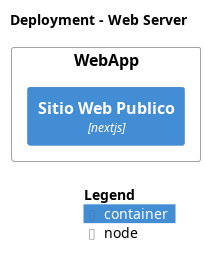
Before: build/site/master/png/Deployment-001.png, a diagram exported from PlantUML (nbrx/c4-dcc-arq). Its diagram source:
```plantuml
@startuml
set separator none
title Deployment - Web Server

left to right direction

!include <C4/C4>
!include <C4/C4_Context>
!include <C4/C4_Container>
!include <C4/C4_Deployment>

Deployment_Node(WebServer.WebApp, "WebApp", $tags="") {
  Container(WebServer.WebApp.SitioWebPublico_1, "Sitio Web Publico", "nextjs", "", $tags="")
}


SHOW_LEGEND(true)
@enduml
```
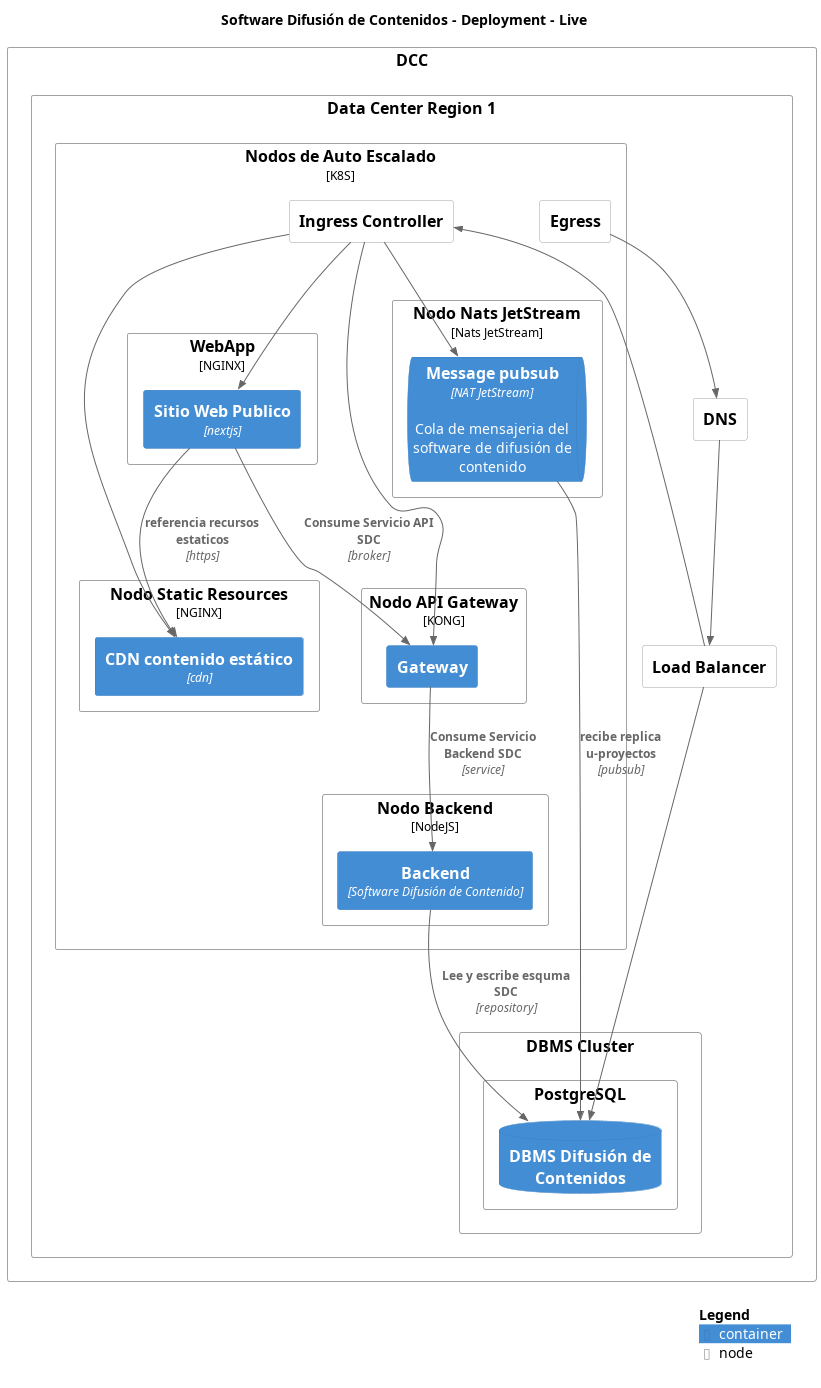
Later version of the same file.

Diff of the diagram source:
```diff
@@ -1,18 +1,67 @@
 @startuml
 set separator none
-title Deployment - Web Server
+title Software Difusión de Contenidos - Deployment - Live
 
-left to right direction
+top to bottom direction
 
 !include <C4/C4>
 !include <C4/C4_Context>
 !include <C4/C4_Container>
 !include <C4/C4_Deployment>
 
-Deployment_Node(WebServer.WebApp, "WebApp", $tags="") {
-  Container(WebServer.WebApp.SitioWebPublico_1, "Sitio Web Publico", "nextjs", "", $tags="")
+Deployment_Node(Live.DCC, "DCC", $tags="") {
+  Deployment_Node(Live.DCC.DataCenterRegion1, "Data Center Region 1", $tags="") {
+    Deployment_Node(Live.DCC.DataCenterRegion1.DNS, "DNS", $descr="", $tags="")
+    Deployment_Node(Live.DCC.DataCenterRegion1.LoadBalancer, "Load Balancer", $descr="", $tags="")
+    Deployment_Node(Live.DCC.DataCenterRegion1.NodosdeAutoEscalado, "Nodos de Auto Escalado", "K8S", $tags="") {
+      Deployment_Node(Live.DCC.DataCenterRegion1.NodosdeAutoEscalado.IngressController, "Ingress Controller", $descr="", $tags="")
+      Deployment_Node(Live.DCC.DataCenterRegion1.NodosdeAutoEscalado.Egress, "Egress", $descr="", $tags="")
+      Deployment_Node(Live.DCC.DataCenterRegion1.NodosdeAutoEscalado.WebApp, "WebApp", "NGINX", $tags="") {
+        Container(Live.DCC.DataCenterRegion1.NodosdeAutoEscalado.WebApp.SitioWebPublico_1, "Sitio Web Publico", "nextjs", "", $tags="")
+      }
+
+      Deployment_Node(Live.DCC.DataCenterRegion1.NodosdeAutoEscalado.NodoStaticResources, "Nodo Static Resources", "NGINX", $tags="") {
+        Container(Live.DCC.DataCenterRegion1.NodosdeAutoEscalado.NodoStaticResources.CDNcontenidoestático_1, "CDN contenido estático", "cdn", $tags="")
+      }
+
+      Deployment_Node(Live.DCC.DataCenterRegion1.NodosdeAutoEscalado.NodoBackend, "Nodo Backend", "NodeJS", $tags="") {
+        Container(Live.DCC.DataCenterRegion1.NodosdeAutoEscalado.NodoBackend.Backend_1, "Backend", "Software Difusión de Contenido", $tags="")
+      }
+
+      Deployment_Node(Live.DCC.DataCenterRegion1.NodosdeAutoEscalado.NodoAPIGateway, "Nodo API Gateway", "KONG", $tags="") {
+        Container(Live.DCC.DataCenterRegion1.NodosdeAutoEscalado.NodoAPIGateway.Gateway_1, "Gateway", "", $tags="")
+      }
+
+      Deployment_Node(Live.DCC.DataCenterRegion1.NodosdeAutoEscalado.NodoNatsJetStream, "Nodo Nats JetStream", "Nats JetStream", $tags="") {
+        ContainerQueue(Live.DCC.DataCenterRegion1.NodosdeAutoEscalado.NodoNatsJetStream.Messagepubsub_1, "Message pubsub", "NAT JetStream", "Cola de mensajeria del software de difusión de contenido", $tags="")
+      }
+
+    }
+
+    Deployment_Node(Live.DCC.DataCenterRegion1.DBMSCluster, "DBMS Cluster", $tags="") {
+      Deployment_Node(Live.DCC.DataCenterRegion1.DBMSCluster.PostgreSQL, "PostgreSQL", $tags="") {
+        ContainerDb(Live.DCC.DataCenterRegion1.DBMSCluster.PostgreSQL.DBMSDifusióndeContenidos_1, "DBMS Difusión de Contenidos", "", $tags="")
+      }
+
+    }
+
+  }
+
 }
 
+Rel_D(Live.DCC.DataCenterRegion1.NodosdeAutoEscalado.WebApp.SitioWebPublico_1, Live.DCC.DataCenterRegion1.NodosdeAutoEscalado.NodoStaticResources.CDNcontenidoestático_1, "referencia recursos estaticos", "https", $tags="")
+Rel_D(Live.DCC.DataCenterRegion1.NodosdeAutoEscalado.NodoAPIGateway.Gateway_1, Live.DCC.DataCenterRegion1.NodosdeAutoEscalado.NodoBackend.Backend_1, "Consume Servicio Backend SDC", "service", $tags="")
+Rel_D(Live.DCC.DataCenterRegion1.NodosdeAutoEscalado.WebApp.SitioWebPublico_1, Live.DCC.DataCenterRegion1.NodosdeAutoEscalado.NodoAPIGateway.Gateway_1, "Consume Servicio API SDC", "broker", $tags="")
+Rel_D(Live.DCC.DataCenterRegion1.NodosdeAutoEscalado.NodoBackend.Backend_1, Live.DCC.DataCenterRegion1.DBMSCluster.PostgreSQL.DBMSDifusióndeContenidos_1, "Lee y escribe esquma SDC", "repository", $tags="")
+Rel_D(Live.DCC.DataCenterRegion1.NodosdeAutoEscalado.NodoNatsJetStream.Messagepubsub_1, Live.DCC.DataCenterRegion1.DBMSCluster.PostgreSQL.DBMSDifusióndeContenidos_1, "recibe replica u-proyectos", "pubsub", $tags="")
+Rel_D(Live.DCC.DataCenterRegion1.DNS, Live.DCC.DataCenterRegion1.LoadBalancer, "", $tags="")
+Rel_D(Live.DCC.DataCenterRegion1.LoadBalancer, Live.DCC.DataCenterRegion1.NodosdeAutoEscalado.IngressController, "", $tags="")
+Rel_D(Live.DCC.DataCenterRegion1.NodosdeAutoEscalado.Egress, Live.DCC.DataCenterRegion1.DNS, "", $tags="")
+Rel_D(Live.DCC.DataCenterRegion1.LoadBalancer, Live.DCC.DataCenterRegion1.DBMSCluster.PostgreSQL.DBMSDifusióndeContenidos_1, "", $tags="")
+Rel_D(Live.DCC.DataCenterRegion1.NodosdeAutoEscalado.IngressController, Live.DCC.DataCenterRegion1.NodosdeAutoEscalado.WebApp.SitioWebPublico_1, "", $tags="")
+Rel_D(Live.DCC.DataCenterRegion1.NodosdeAutoEscalado.IngressController, Live.DCC.DataCenterRegion1.NodosdeAutoEscalado.NodoStaticResources.CDNcontenidoestático_1, "", $tags="")
+Rel_D(Live.DCC.DataCenterRegion1.NodosdeAutoEscalado.IngressController, Live.DCC.DataCenterRegion1.NodosdeAutoEscalado.NodoAPIGateway.Gateway_1, "", $tags="")
+Rel_D(Live.DCC.DataCenterRegion1.NodosdeAutoEscalado.IngressController, Live.DCC.DataCenterRegion1.NodosdeAutoEscalado.NodoNatsJetStream.Messagepubsub_1, "", $tags="")
 
 SHOW_LEGEND(true)
 @enduml
```
